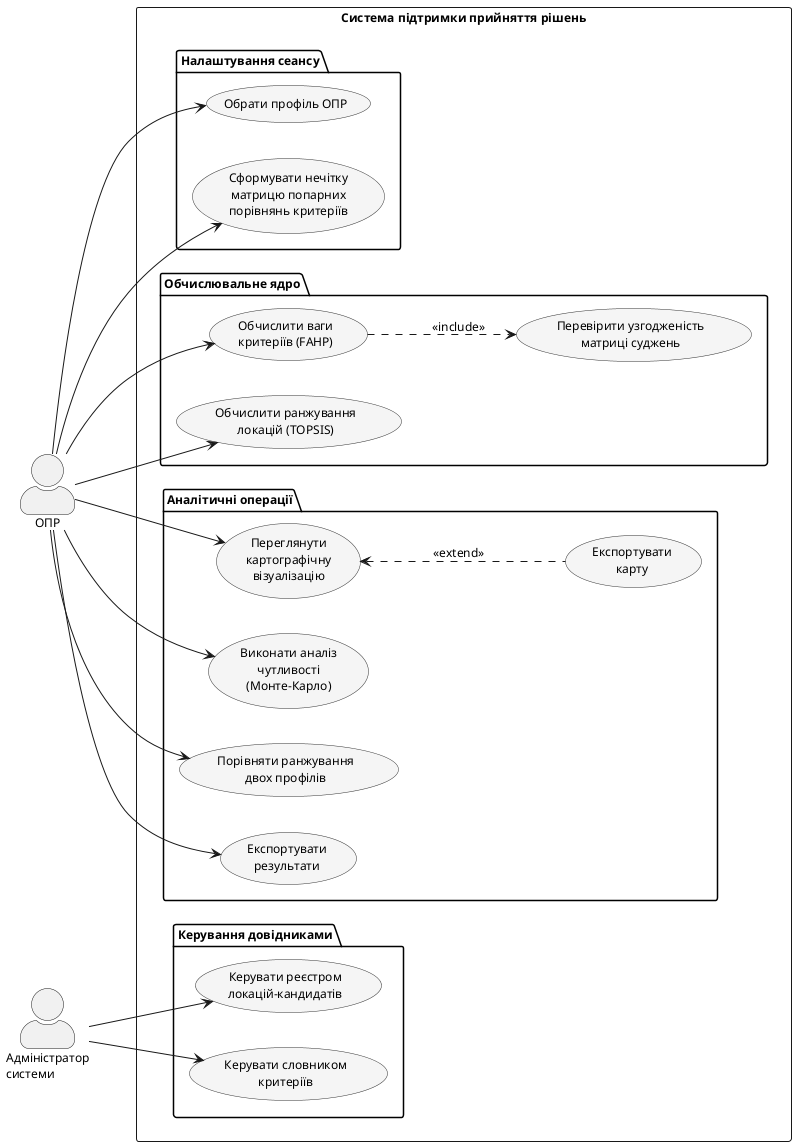
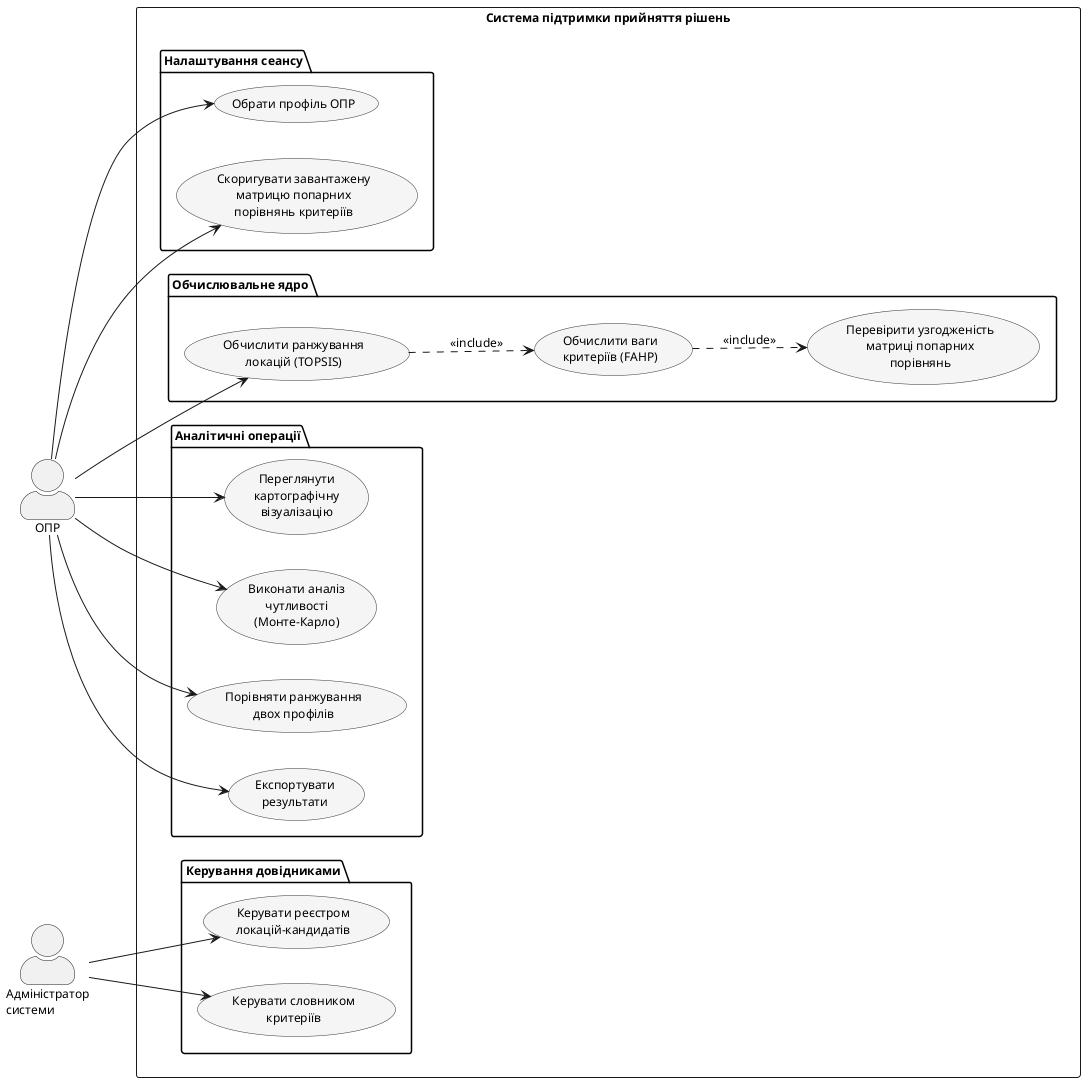
@startuml
' Рис. 2.1. Діаграма варіантів використання системи
left to right direction
skinparam shadowing false
skinparam defaultFontName "Times New Roman"
skinparam defaultFontSize 12
skinparam actorStyle awesome
skinparam usecase {
    BackgroundColor #f5f5f5
    BorderColor #333333
}

actor "ОПР" as OPR
actor "Адміністратор\nсистеми" as ADM

rectangle "Система підтримки прийняття рішень" {

    package "Налаштування сеансу" {
        usecase "Обрати профіль ОПР" as UC1
-         usecase "Сформувати нечітку\nматрицю попарних\nпорівнянь критеріїв" as UC2
+         usecase "Скоригувати завантажену\nматрицю попарних\nпорівнянь критеріїв" as UC2
    }

    package "Обчислювальне ядро" {
        usecase "Обчислити ваги\nкритеріїв (FAHP)" as UC3
-         usecase "Перевірити узгодженість\nматриці суджень" as UC3a
+         usecase "Перевірити узгодженість\nматриці попарних\nпорівнянь" as UC3a
        usecase "Обчислити ранжування\nлокацій (TOPSIS)" as UC4
    }

    package "Аналітичні операції" {
        usecase "Переглянути\nкартографічну\nвізуалізацію" as UC5
-         usecase "Експортувати\nкарту" as UC5a
        usecase "Виконати аналіз\nчутливості\n(Монте-Карло)" as UC6
        usecase "Порівняти ранжування\nдвох профілів" as UC7
        usecase "Експортувати\nрезультати" as UC8
    }

    package "Керування довідниками" {
        usecase "Керувати реєстром\nлокацій-кандидатів" as UC9
        usecase "Керувати словником\nкритеріїв" as UC10
    }
}

OPR --> UC1
OPR --> UC2
- OPR --> UC3
OPR --> UC4
OPR --> UC5
OPR --> UC6
OPR --> UC7
OPR --> UC8

ADM --> UC9
ADM --> UC10

+ UC4 ..> UC3 : <<include>>
UC3 ..> UC3a : <<include>>
- UC5 <.. UC5a : <<extend>>

@enduml
